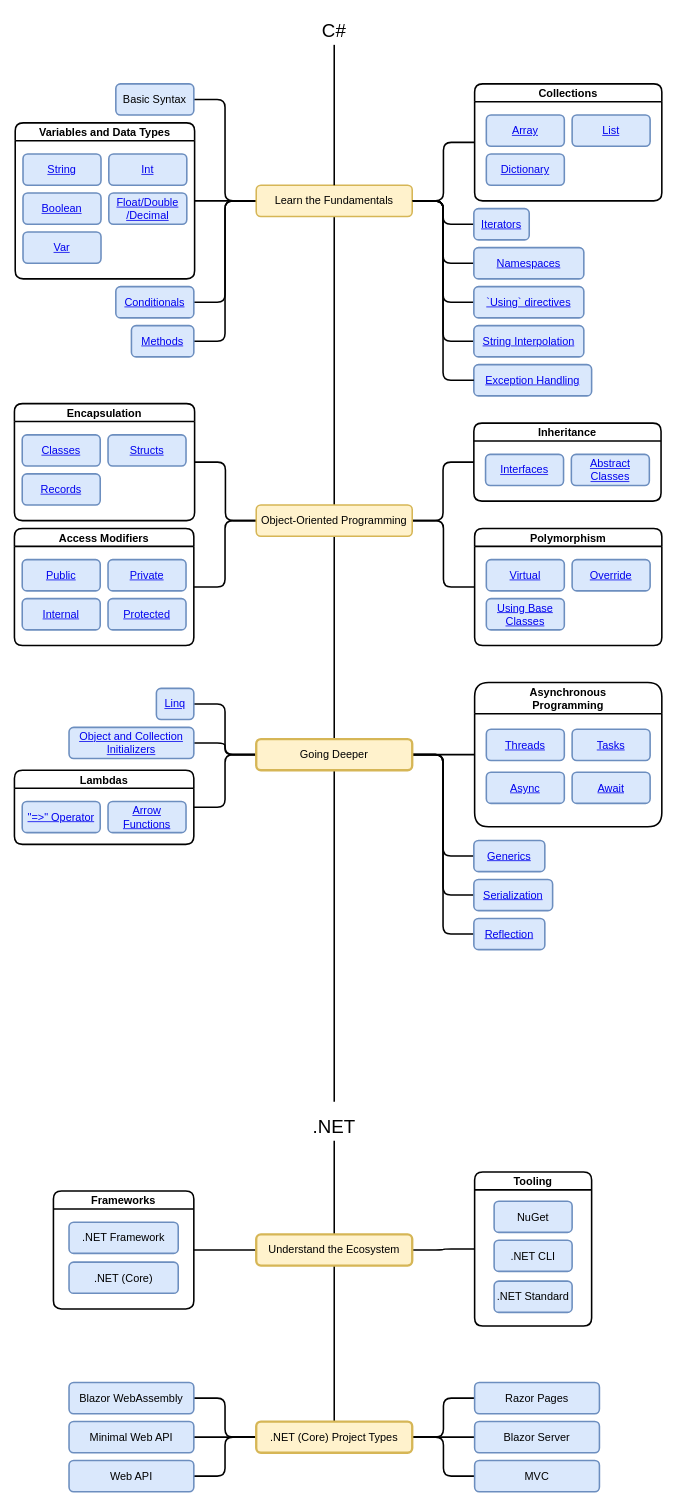
Above: dotnet-developer-roadmap.drawio in gridlocdev/csharp-learning-roadmap (draw.io), before the change. Source tidied: cells renumbered, new cells numbered last; positions are measured from the earlier drawing's top-left corner, leaving out a move shared by most shapes. Both pictures are drawn from the tidied source at 78%, with x=0, y=0 at pixel (14, 13).
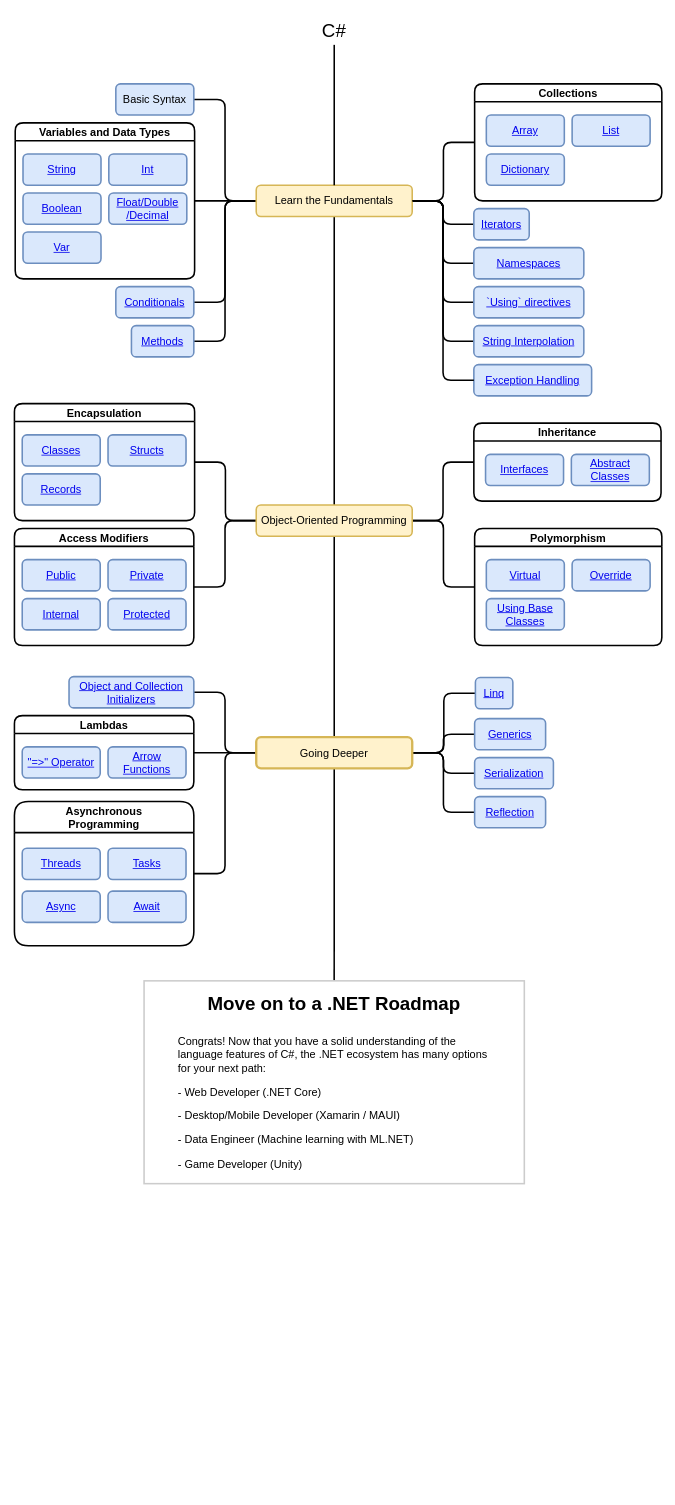
The same page after the edit.

Change to the diagram source:
```diff
@@
-    <mxCell id="44" style="edgeStyle=orthogonalEdgeStyle;rounded=1;jettySize=auto;html=1;exitX=0.5;exitY=1;exitDx=0;exitDy=0;entryX=0.5;entryY=0;entryDx=0;entryDy=0;fontSize=14;endArrow=none;endFill=0;strokeWidth=2;" parent="1" edge="1" source="48">
-      <mxGeometry relative="1" as="geometry">
-        <mxPoint x="410" y="1395" as="targetPoint" />
-      </mxGeometry>
+    <mxCell id="44" style="edgeStyle=orthogonalEdgeStyle;rounded=1;jettySize=auto;html=1;exitX=0.5;exitY=1;exitDx=0;exitDy=0;entryX=0.5;entryY=0;entryDx=0;entryDy=0;fontSize=14;endArrow=none;endFill=0;strokeWidth=2;" parent="1" edge="1" source="48" target="104">
+      <mxGeometry relative="1" as="geometry" />
     </mxCell>
+    <mxCell id="47" style="edgeStyle=orthogonalEdgeStyle;rounded=1;jettySize=auto;html=1;exitX=1;exitY=0.5;exitDx=0;exitDy=0;entryX=0;entryY=0.5;entryDx=0;entryDy=0;endArrow=none;endFill=0;strokeWidth=2;" parent="1" edge="1" source="48" target="87">
+      <mxGeometry relative="1" as="geometry" />
+    </mxCell>
+    <mxCell id="46" style="edgeStyle=orthogonalEdgeStyle;rounded=1;jettySize=auto;html=1;exitX=1;exitY=0.5;exitDx=0;exitDy=0;entryX=0;entryY=0.5;entryDx=0;entryDy=0;endArrow=none;endFill=0;strokeWidth=2;" parent="1" edge="1" source="48" target="49">
+      <mxGeometry relative="1" as="geometry" />
+    </mxCell>
-    <mxCell id="45" style="edgeStyle=orthogonalEdgeStyle;rounded=1;jettySize=auto;html=1;exitX=1;exitY=0.5;exitDx=0;exitDy=0;fontSize=14;endArrow=none;endFill=0;strokeWidth=2;entryX=0;entryY=0.5;entryDx=0;entryDy=0;" parent="1" edge="1" source="48" target="54">
+    <mxCell id="45" style="edgeStyle=orthogonalEdgeStyle;rounded=1;jettySize=auto;html=1;exitX=0;exitY=0.5;exitDx=0;exitDy=0;entryX=1;entryY=0.5;entryDx=0;entryDy=0;endArrow=none;endFill=0;strokeWidth=2;" parent="1" edge="1" source="48" target="54">
       <mxGeometry relative="1" as="geometry" />
     </mxCell>
-    <mxCell id="46" style="edgeStyle=orthogonalEdgeStyle;rounded=1;jettySize=auto;html=1;exitX=0;exitY=0.5;exitDx=0;exitDy=0;entryX=1;entryY=0.5;entryDx=0;entryDy=0;endArrow=none;endFill=0;strokeWidth=2;" parent="1" edge="1" source="48" target="49">
-      <mxGeometry relative="1" as="geometry" />
-    </mxCell>
-    <mxCell id="47" style="edgeStyle=orthogonalEdgeStyle;rounded=1;jettySize=auto;html=1;exitX=1;exitY=0.5;exitDx=0;exitDy=0;entryX=0;entryY=0.5;entryDx=0;entryDy=0;endArrow=none;endFill=0;strokeWidth=2;" parent="1" edge="1" source="48" target="87">
-      <mxGeometry relative="1" as="geometry" />
-    </mxCell>
     <mxCell id="48" value="&lt;font style=&quot;font-size: 14px&quot;&gt;Going Deeper&lt;/font&gt;" style="rounded=1;whiteSpace=wrap;html=1;fillColor=#fff2cc;strokeColor=#d6b656;strokeWidth=3;" parent="1" vertex="1">
-      <mxGeometry x="310" y="930" width="200" height="40" as="geometry" />
+      <mxGeometry x="310" y="927.5" width="200" height="40" as="geometry" />
     </mxCell>
     <mxCell id="49" value="&lt;a href=&quot;https://docs.microsoft.com/en-us/dotnet/csharp/linq/&quot;&gt;Linq&lt;/a&gt;" style="rounded=1;whiteSpace=wrap;html=1;fillColor=#dae8fc;strokeColor=#6c8ebf;strokeWidth=2;fontSize=14;" parent="1" vertex="1">
-      <mxGeometry x="182" y="865" width="48" height="40" as="geometry" />
+      <mxGeometry x="591" y="851.2" width="48" height="40" as="geometry" />
     </mxCell>
     <mxCell id="50" value="&lt;a href=&quot;https://docs.microsoft.com/en-us/dotnet/csharp/programming-guide/classes-and-structs/object-and-collection-initializers&quot;&gt;Object and Collection Initializers&lt;/a&gt;" style="rounded=1;whiteSpace=wrap;html=1;fillColor=#dae8fc;strokeColor=#6c8ebf;strokeWidth=2;fontSize=14;" parent="1" vertex="1">
-      <mxGeometry x="70" y="915" width="160" height="40" as="geometry" />
+      <mxGeometry x="70" y="850" width="160" height="40" as="geometry" />
     </mxCell>
     <mxCell id="51" value="Lambdas" style="swimlane;rounded=1;fontSize=14;strokeWidth=2;" parent="1" vertex="1">
-      <mxGeometry y="970" width="230" height="95" as="geometry" />
+      <mxGeometry y="900" width="230" height="95" as="geometry" />
     </mxCell>
@@
     <mxCell id="54" value="Asynchronous &#10;Programming" style="swimlane;rounded=1;fontSize=14;strokeWidth=2;startSize=40;" parent="1" vertex="1">
-      <mxGeometry x="590" y="857.5" width="240" height="185" as="geometry" />
+      <mxGeometry y="1010" width="230" height="185" as="geometry" />
     </mxCell>
     <mxCell id="55" value="&lt;a href=&quot;https://docs.microsoft.com/en-us/dotnet/csharp/programming-guide/concepts/async/&quot;&gt;Tasks&lt;/a&gt;" style="rounded=1;whiteSpace=wrap;html=1;fillColor=#dae8fc;strokeColor=#6c8ebf;strokeWidth=2;fontSize=14;" parent="54" vertex="1">
-      <mxGeometry x="125" y="60" width="100" height="40" as="geometry" />
+      <mxGeometry x="120" y="60" width="100" height="40" as="geometry" />
     </mxCell>
     <mxCell id="56" value="&lt;a href=&quot;https://docs.microsoft.com/en-us/dotnet/csharp/language-reference/keywords/async&quot;&gt;Async&lt;/a&gt;&lt;a href=&quot;https://docs.microsoft.com/en-us/dotnet/csharp/language-reference/operators/await&quot;&gt;&lt;/a&gt;" style="rounded=1;whiteSpace=wrap;html=1;fillColor=#dae8fc;strokeColor=#6c8ebf;strokeWidth=2;fontSize=14;" parent="54" vertex="1">
-      <mxGeometry x="15" y="115" width="100" height="40" as="geometry" />
+      <mxGeometry x="10" y="115" width="100" height="40" as="geometry" />
     </mxCell>
     <mxCell id="57" value="&lt;a href=&quot;https://docs.microsoft.com/en-us/dotnet/csharp/language-reference/operators/await&quot;&gt;Await&lt;/a&gt;" style="rounded=1;whiteSpace=wrap;html=1;fillColor=#dae8fc;strokeColor=#6c8ebf;strokeWidth=2;fontSize=14;" parent="54" vertex="1">
-      <mxGeometry x="125" y="115" width="100" height="40" as="geometry" />
+      <mxGeometry x="120" y="115" width="100" height="40" as="geometry" />
     </mxCell>
     <mxCell id="58" value="&lt;a href=&quot;https://docs.microsoft.com/en-us/dotnet/standard/threading/using-threads-and-threading&quot;&gt;Threads&lt;/a&gt;" style="rounded=1;whiteSpace=wrap;html=1;fillColor=#dae8fc;strokeColor=#6c8ebf;strokeWidth=2;fontSize=14;" parent="54" vertex="1">
-      <mxGeometry x="15" y="60" width="100" height="40" as="geometry" />
+      <mxGeometry x="10" y="60" width="100" height="40" as="geometry" />
     </mxCell>
     <mxCell id="59" value="&lt;a href=&quot;https://docs.microsoft.com/en-us/dotnet/csharp/programming-guide/concepts/serialization/&quot;&gt;Serialization&lt;/a&gt;" style="rounded=1;whiteSpace=wrap;html=1;fillColor=#dae8fc;strokeColor=#6c8ebf;strokeWidth=2;fontSize=14;" parent="1" vertex="1">
-      <mxGeometry x="589" y="1110" width="101" height="40" as="geometry" />
+      <mxGeometry x="590" y="953.8" width="101" height="40" as="geometry" />
     </mxCell>
     <mxCell id="60" value="&lt;a href=&quot;https://docs.microsoft.com/en-us/dotnet/csharp/programming-guide/concepts/reflection&quot;&gt;Reflection&lt;/a&gt;" style="rounded=1;whiteSpace=wrap;html=1;fillColor=#dae8fc;strokeColor=#6c8ebf;strokeWidth=2;fontSize=14;" parent="1" vertex="1">
-      <mxGeometry x="589" y="1160" width="91" height="40" as="geometry" />
+      <mxGeometry x="590" y="1003.8" width="91" height="40" as="geometry" />
     </mxCell>
-    <mxCell id="61" style="edgeStyle=orthogonalEdgeStyle;rounded=1;jettySize=auto;html=1;exitX=0.5;exitY=1;exitDx=0;exitDy=0;entryX=0.5;entryY=0;entryDx=0;entryDy=0;fontSize=14;endArrow=none;endFill=0;strokeWidth=2;" parent="1" edge="1" source="62" target="66">
-      <mxGeometry relative="1" as="geometry" />
-    </mxCell>
-    <mxCell id="62" value="&lt;div&gt;.NET&lt;/div&gt;" style="text;html=1;strokeColor=none;fillColor=none;align=center;verticalAlign=bottom;whiteSpace=wrap;rounded=0;fontSize=24;" parent="1" vertex="1">
-      <mxGeometry x="380" y="1405" width="60" height="40" as="geometry" />
-    </mxCell>
-    <mxCell id="63" style="edgeStyle=orthogonalEdgeStyle;rounded=1;jettySize=auto;html=1;exitX=0;exitY=0.5;exitDx=0;exitDy=0;entryX=1;entryY=0.5;entryDx=0;entryDy=0;fontSize=14;endArrow=none;endFill=0;strokeWidth=2;" parent="1" edge="1" source="66" target="67">
-      <mxGeometry relative="1" as="geometry" />
-    </mxCell>
-    <mxCell id="64" style="edgeStyle=orthogonalEdgeStyle;rounded=1;jettySize=auto;html=1;exitX=1;exitY=0.5;exitDx=0;exitDy=0;fontSize=14;endArrow=none;endFill=0;strokeWidth=2;" parent="1" edge="1" source="66" target="70">
-      <mxGeometry relative="1" as="geometry" />
-    </mxCell>
-    <mxCell id="65" style="edgeStyle=orthogonalEdgeStyle;rounded=1;jettySize=auto;html=1;exitX=0.5;exitY=1;exitDx=0;exitDy=0;fontSize=14;endArrow=none;endFill=0;strokeWidth=2;" parent="1" edge="1" source="66" target="80">
-      <mxGeometry relative="1" as="geometry" />
-    </mxCell>
-    <mxCell id="66" value="Understand the Ecosystem" style="rounded=1;whiteSpace=wrap;html=1;fillColor=#fff2cc;strokeColor=#d6b656;strokeWidth=3;fontSize=14;" parent="1" vertex="1">
-      <mxGeometry x="310" y="1565" width="200" height="40" as="geometry" />
-    </mxCell>
-    <mxCell id="67" value="Frameworks" style="swimlane;rounded=1;fontSize=14;strokeWidth=2;" parent="1" vertex="1">
-      <mxGeometry x="50" y="1509.4" width="180" height="151.2" as="geometry" />
-    </mxCell>
-    <mxCell id="68" value=".NET Framework" style="rounded=1;whiteSpace=wrap;html=1;fillColor=#dae8fc;strokeColor=#6c8ebf;strokeWidth=2;fontSize=14;" parent="67" vertex="1">
-      <mxGeometry x="20" y="40" width="140" height="40" as="geometry" />
-    </mxCell>
-    <mxCell id="69" value=".NET (Core)" style="rounded=1;whiteSpace=wrap;html=1;fillColor=#dae8fc;strokeColor=#6c8ebf;strokeWidth=2;fontSize=14;" parent="67" vertex="1">
-      <mxGeometry x="20" y="91.2" width="140" height="40" as="geometry" />
-    </mxCell>
-    <mxCell id="70" value="Tooling" style="swimlane;rounded=1;fontSize=14;strokeWidth=2;" parent="1" vertex="1">
-      <mxGeometry x="590" y="1485" width="150" height="197.5" as="geometry" />
-    </mxCell>
-    <mxCell id="71" value="NuGet" style="rounded=1;whiteSpace=wrap;html=1;fillColor=#dae8fc;strokeColor=#6c8ebf;strokeWidth=2;fontSize=14;" parent="70" vertex="1">
-      <mxGeometry x="25" y="37.5" width="100" height="40" as="geometry" />
-    </mxCell>
-    <mxCell id="72" value=".NET CLI" style="rounded=1;whiteSpace=wrap;html=1;fillColor=#dae8fc;strokeColor=#6c8ebf;strokeWidth=2;fontSize=14;" parent="70" vertex="1">
-      <mxGeometry x="25" y="87.5" width="100" height="40" as="geometry" />
-    </mxCell>
-    <mxCell id="73" value=".NET Standard" style="rounded=1;whiteSpace=wrap;html=1;fillColor=#dae8fc;strokeColor=#6c8ebf;strokeWidth=2;fontSize=14;" parent="70" vertex="1">
-      <mxGeometry x="25" y="140" width="100" height="40" as="geometry" />
-    </mxCell>
-    <mxCell id="74" style="edgeStyle=orthogonalEdgeStyle;rounded=1;jettySize=auto;html=1;exitX=0;exitY=0.5;exitDx=0;exitDy=0;entryX=1;entryY=0.5;entryDx=0;entryDy=0;fontSize=14;endArrow=none;endFill=0;strokeWidth=2;" parent="1" edge="1" source="80" target="81">
-      <mxGeometry relative="1" as="geometry" />
-    </mxCell>
-    <mxCell id="75" style="edgeStyle=orthogonalEdgeStyle;rounded=1;jettySize=auto;html=1;exitX=0;exitY=0.5;exitDx=0;exitDy=0;fontSize=14;endArrow=none;endFill=0;strokeWidth=2;" parent="1" edge="1" source="80" target="82">
-      <mxGeometry relative="1" as="geometry" />
-    </mxCell>
-    <mxCell id="76" style="edgeStyle=orthogonalEdgeStyle;rounded=1;jettySize=auto;html=1;exitX=0;exitY=0.5;exitDx=0;exitDy=0;entryX=1;entryY=0.5;entryDx=0;entryDy=0;fontSize=14;endArrow=none;endFill=0;strokeWidth=2;" parent="1" edge="1" source="80" target="83">
-      <mxGeometry relative="1" as="geometry" />
-    </mxCell>
-    <mxCell id="77" style="edgeStyle=orthogonalEdgeStyle;rounded=1;jettySize=auto;html=1;exitX=1;exitY=0.5;exitDx=0;exitDy=0;entryX=0;entryY=0.5;entryDx=0;entryDy=0;fontSize=14;endArrow=none;endFill=0;strokeWidth=2;" parent="1" edge="1" source="80" target="84">
-      <mxGeometry relative="1" as="geometry" />
-    </mxCell>
-    <mxCell id="78" style="edgeStyle=orthogonalEdgeStyle;rounded=1;jettySize=auto;html=1;exitX=1;exitY=0.5;exitDx=0;exitDy=0;entryX=0;entryY=0.5;entryDx=0;entryDy=0;fontSize=14;endArrow=none;endFill=0;strokeWidth=2;" parent="1" edge="1" source="80" target="85">
-      <mxGeometry relative="1" as="geometry" />
-    </mxCell>
-    <mxCell id="79" style="edgeStyle=orthogonalEdgeStyle;rounded=1;jettySize=auto;html=1;exitX=1;exitY=0.5;exitDx=0;exitDy=0;entryX=0;entryY=0.5;entryDx=0;entryDy=0;fontSize=14;endArrow=none;endFill=0;strokeWidth=2;" parent="1" edge="1" source="80" target="86">
-      <mxGeometry relative="1" as="geometry" />
-    </mxCell>
-    <mxCell id="80" value=".NET (Core) Project Types" style="rounded=1;whiteSpace=wrap;html=1;fillColor=#fff2cc;strokeColor=#d6b656;strokeWidth=3;fontSize=14;" parent="1" vertex="1">
-      <mxGeometry x="310" y="1805" width="200" height="40" as="geometry" />
-    </mxCell>
-    <mxCell id="81" value="Blazor WebAssembly" style="rounded=1;whiteSpace=wrap;html=1;fillColor=#dae8fc;strokeColor=#6c8ebf;strokeWidth=2;fontSize=14;" parent="1" vertex="1">
-      <mxGeometry x="70" y="1755" width="160" height="40" as="geometry" />
-    </mxCell>
-    <mxCell id="82" value="Minimal Web API" style="rounded=1;whiteSpace=wrap;html=1;fillColor=#dae8fc;strokeColor=#6c8ebf;strokeWidth=2;fontSize=14;verticalAlign=middle;" parent="1" vertex="1">
-      <mxGeometry x="70" y="1805" width="160" height="40" as="geometry" />
-    </mxCell>
-    <mxCell id="83" value="Web API" style="rounded=1;whiteSpace=wrap;html=1;fillColor=#dae8fc;strokeColor=#6c8ebf;strokeWidth=2;fontSize=14;verticalAlign=middle;" parent="1" vertex="1">
-      <mxGeometry x="70" y="1855" width="160" height="40" as="geometry" />
-    </mxCell>
-    <mxCell id="84" value="Razor Pages" style="rounded=1;whiteSpace=wrap;html=1;fillColor=#dae8fc;strokeColor=#6c8ebf;strokeWidth=2;fontSize=14;verticalAlign=middle;" parent="1" vertex="1">
-      <mxGeometry x="590" y="1755" width="160" height="40" as="geometry" />
-    </mxCell>
-    <mxCell id="85" value="Blazor Server" style="rounded=1;whiteSpace=wrap;html=1;fillColor=#dae8fc;strokeColor=#6c8ebf;strokeWidth=2;fontSize=14;verticalAlign=middle;" parent="1" vertex="1">
-      <mxGeometry x="590" y="1805" width="160" height="40" as="geometry" />
-    </mxCell>
-    <mxCell id="86" value="MVC" style="rounded=1;whiteSpace=wrap;html=1;fillColor=#dae8fc;strokeColor=#6c8ebf;strokeWidth=2;fontSize=14;verticalAlign=middle;" parent="1" vertex="1">
-      <mxGeometry x="590" y="1855" width="160" height="40" as="geometry" />
-    </mxCell>
     <mxCell id="87" value="&lt;a href=&quot;https://docs.microsoft.com/en-us/dotnet/csharp/fundamentals/types/generics&quot;&gt;Generics&lt;/a&gt;" style="rounded=1;whiteSpace=wrap;html=1;fillColor=#dae8fc;strokeColor=#6c8ebf;strokeWidth=2;fontSize=14;" parent="1" vertex="1">
-      <mxGeometry x="589" y="1060" width="91" height="40" as="geometry" />
+      <mxGeometry x="590" y="903.8" width="91" height="40" as="geometry" />
     </mxCell>
@@
+    <mxCell id="104" value="&lt;h1 style=&quot;line-height: 2&quot; align=&quot;center&quot;&gt;Move on to a .NET Roadmap&lt;br&gt;&lt;/h1&gt;&lt;div align=&quot;left&quot;&gt;&lt;blockquote&gt;&lt;p style=&quot;font-size: 14px&quot;&gt;&lt;font style=&quot;font-size: 14px&quot;&gt;Congrats! Now that you have a solid understanding of the language features of C#, the .NET ecosystem has many options for your next path:&lt;/font&gt;&lt;/p&gt;&lt;/blockquote&gt;&lt;/div&gt;&lt;blockquote&gt;&lt;p style=&quot;font-size: 14px&quot; align=&quot;left&quot;&gt;&lt;font style=&quot;font-size: 14px&quot;&gt;- Web Developer (.NET Core)&lt;br&gt;&lt;/font&gt;&lt;/p&gt;&lt;p style=&quot;font-size: 14px&quot; align=&quot;left&quot;&gt;&lt;font style=&quot;font-size: 14px&quot;&gt;- Desktop/Mobile Developer (Xamarin / MAUI)&lt;br&gt;&lt;/font&gt;&lt;/p&gt;&lt;p style=&quot;font-size: 14px&quot; align=&quot;left&quot;&gt;&lt;font style=&quot;font-size: 14px&quot;&gt;- Data Engineer (Machine learning with ML.NET)&lt;br&gt;&lt;/font&gt;&lt;/p&gt;&lt;p style=&quot;font-size: 14px&quot; align=&quot;left&quot;&gt;&lt;font style=&quot;font-size: 14px&quot;&gt;- Game Developer (Unity)&lt;/font&gt;&lt;br&gt;&lt;/p&gt;&lt;/blockquote&gt;" style="text;html=1;spacing=5;spacingTop=-20;whiteSpace=wrap;overflow=hidden;rounded=0;strokeColor=#CCCCCC;strokeWidth=2;glass=0;fillColor=default;align=center;" parent="1" vertex="1">
+      <mxGeometry x="166.2" y="1240" width="487.5" height="260" as="geometry" />
+    </mxCell>
```
